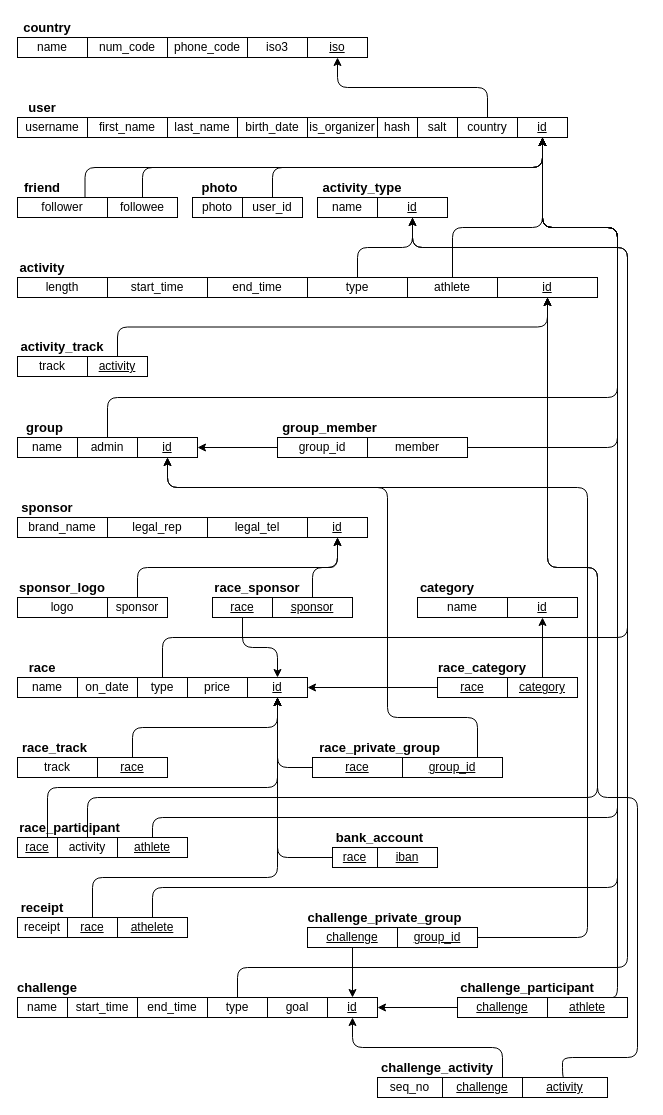
Above: page "Relacional" (2 of 3) of docs/diagramas.drawio in itcr3442/CE3101-StraviaTec (draw.io), before the change. Source tidied: cells renumbered, new cells numbered last; positions are measured from the earlier drawing's top-left corner, leaving out a move shared by most shapes. Both pictures are drawn from the tidied source at 100%, with x=0, y=0 at pixel (17, 17).
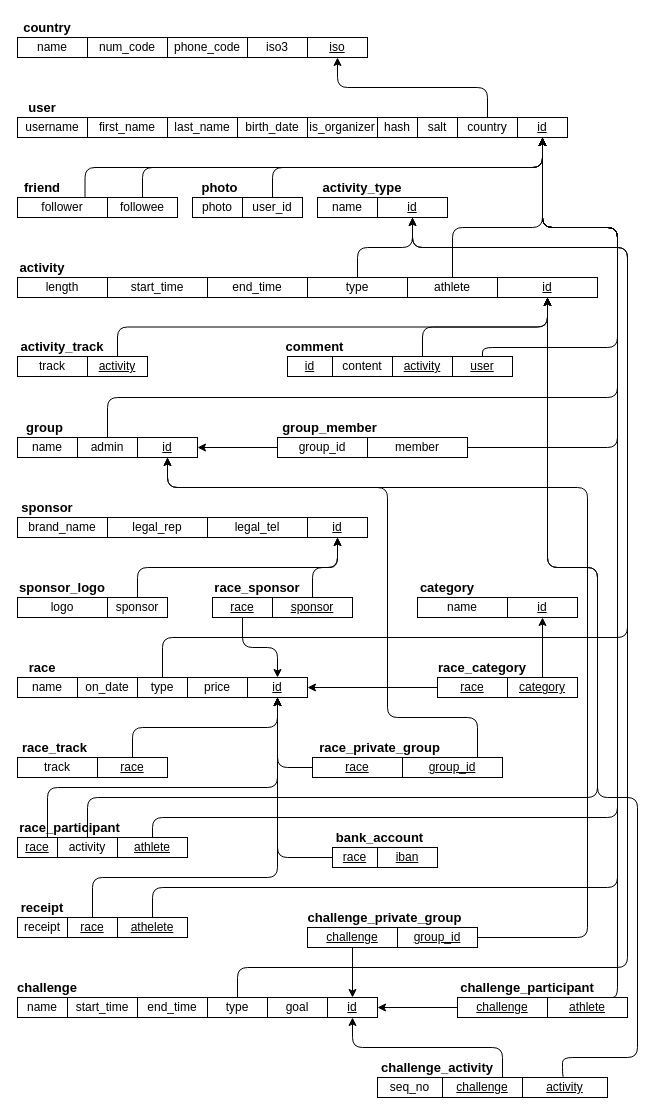
The same page after the edit.

The change refers to these unchanged cells:
```xml
<mxCell id="14" value="&lt;u&gt;id&lt;/u&gt;" style="rounded=0;whiteSpace=wrap;html=1;" parent="1" vertex="1">
  <mxGeometry x="500" y="100" width="50" height="20" as="geometry" />
</mxCell>
<mxCell id="23" value="&lt;u&gt;id&lt;/u&gt;" style="rounded=0;whiteSpace=wrap;html=1;" parent="1" vertex="1">
  <mxGeometry x="480" y="260" width="100" height="20" as="geometry" />
</mxCell>
```

The edit, as a diff of the source:
```diff
@@
+    <mxCell id="133" value="content" style="rounded=0;whiteSpace=wrap;html=1;" parent="1" vertex="1">
+      <mxGeometry x="315" y="339" width="60" height="20" as="geometry" />
+    </mxCell>
+    <mxCell id="134" style="edgeStyle=orthogonalEdgeStyle;html=1;exitX=0.5;exitY=0;exitDx=0;exitDy=0;entryX=0.5;entryY=1;entryDx=0;entryDy=0;endArrow=classic;endFill=1;" parent="1" edge="1" source="135" target="23">
+      <mxGeometry relative="1" as="geometry" />
+    </mxCell>
+    <mxCell id="135" value="&lt;u&gt;activity&lt;/u&gt;" style="rounded=0;whiteSpace=wrap;html=1;" parent="1" vertex="1">
+      <mxGeometry x="375" y="339" width="60" height="20" as="geometry" />
+    </mxCell>
+    <mxCell id="136" style="edgeStyle=orthogonalEdgeStyle;html=1;exitX=0.5;exitY=0;exitDx=0;exitDy=0;entryX=0.5;entryY=1;entryDx=0;entryDy=0;endArrow=classic;endFill=1;" parent="1" edge="1" source="137" target="14">
+      <mxGeometry relative="1" as="geometry">
+        <Array as="points">
+          <mxPoint x="465" y="330" />
+          <mxPoint x="600" y="330" />
+          <mxPoint x="600" y="210" />
+          <mxPoint x="525" y="210" />
+        </Array>
+      </mxGeometry>
+    </mxCell>
+    <mxCell id="137" value="&lt;u&gt;user&lt;/u&gt;" style="rounded=0;whiteSpace=wrap;html=1;" parent="1" vertex="1">
+      <mxGeometry x="435" y="339" width="60" height="20" as="geometry" />
+    </mxCell>
+    <mxCell id="138" value="&lt;font size=&quot;1&quot;&gt;&lt;b style=&quot;font-size: 13px&quot;&gt;comment&lt;/b&gt;&lt;/font&gt;" style="text;html=1;strokeColor=none;fillColor=none;align=center;verticalAlign=middle;whiteSpace=wrap;rounded=0;" parent="1" vertex="1">
+      <mxGeometry x="270" y="319" width="55" height="20" as="geometry" />
+    </mxCell>
+    <mxCell id="139" value="&lt;u&gt;id&lt;/u&gt;" style="rounded=0;whiteSpace=wrap;html=1;" parent="1" vertex="1">
+      <mxGeometry x="270" y="339" width="45" height="20" as="geometry" />
+    </mxCell>
```
